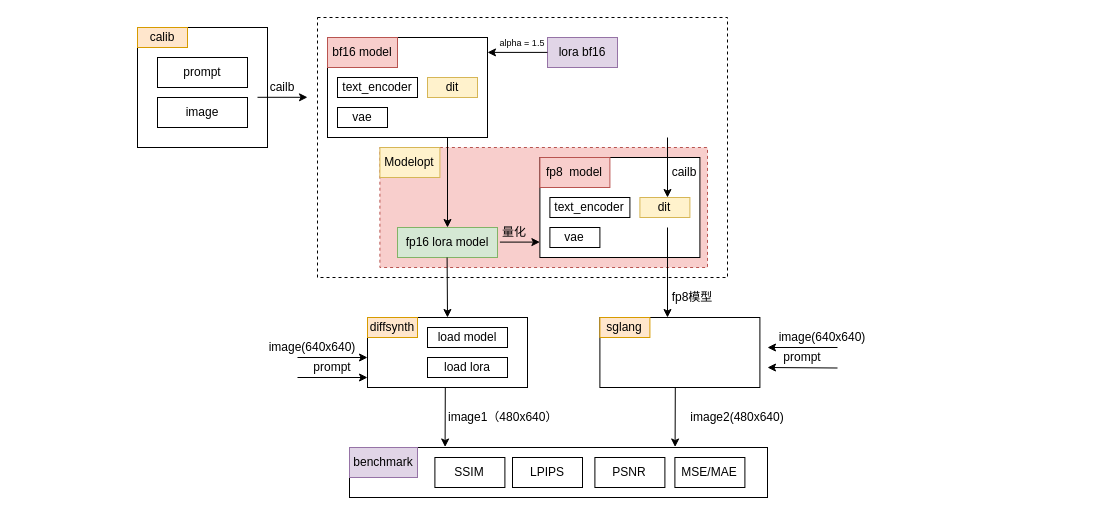
This is page "第 3 页" (3 of 3) of resouces/model_opt.drawio from mth-del/Ai_Infra, a draw.io file, before an edit. Source tidied: cells renumbered, new cells numbered last; positions are measured from the earlier drawing's top-left corner, leaving out a move shared by most shapes. Both pictures are drawn from the tidied source at 100%, with x=0, y=0 at pixel (137, 17).
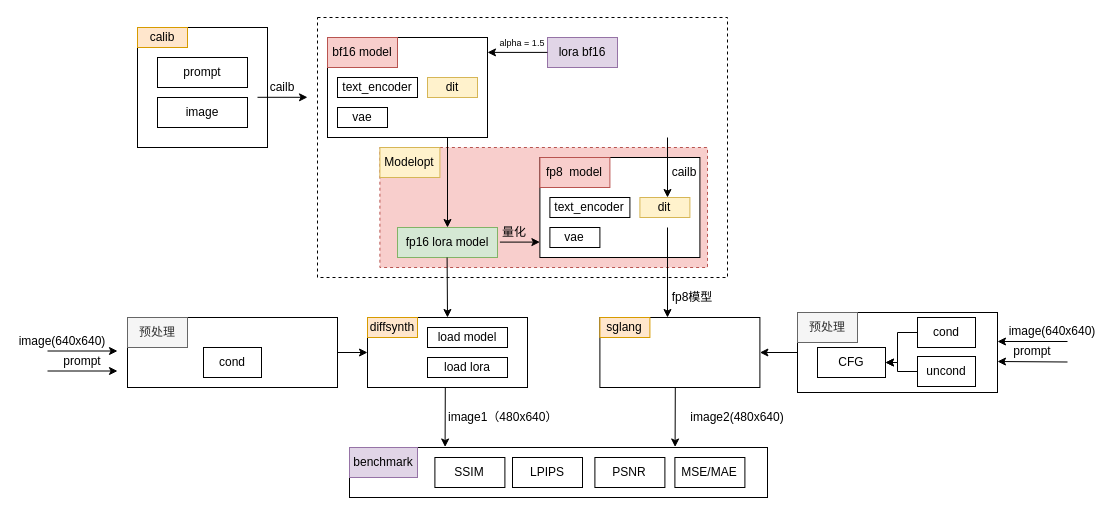
After the change.

The change refers to these unchanged cells:
```xml
<mxCell id="4" style="rounded=0;whiteSpace=wrap;html=1;" parent="1" vertex="1">
  <mxGeometry x="462.4" y="300" width="160" height="70" as="geometry" />
</mxCell>
<mxCell id="40" style="rounded=0;whiteSpace=wrap;html=1;" parent="1" vertex="1">
  <mxGeometry x="230" y="300" width="160" height="70" as="geometry" />
</mxCell>
```

Change to the diagram source:
```diff
@@
     <mxCell id="13" style="endArrow=classic;html=1;rounded=0;" parent="1" edge="1">
       <mxGeometry relative="1" as="geometry">
-        <mxPoint x="700" y="330" as="sourcePoint" />
-        <mxPoint x="630" y="330" as="targetPoint" />
+        <mxPoint x="930" y="324" as="sourcePoint" />
+        <mxPoint x="860" y="324" as="targetPoint" />
       </mxGeometry>
     </mxCell>
@@
     <mxCell id="19" style="endArrow=classic;html=1;rounded=0;" parent="1" edge="1">
       <mxGeometry relative="1" as="geometry">
-        <mxPoint x="700" y="350.5" as="sourcePoint" />
-        <mxPoint x="630" y="350" as="targetPoint" />
+        <mxPoint x="930" y="344.5" as="sourcePoint" />
+        <mxPoint x="860" y="344" as="targetPoint" />
       </mxGeometry>
     </mxCell>
     <mxCell id="20" value="prompt" style="text;html=1;whiteSpace=wrap;strokeColor=none;fillColor=none;align=center;verticalAlign=middle;rounded=0;" parent="1" vertex="1">
-      <mxGeometry x="640" y="330" width="50" height="20" as="geometry" />
+      <mxGeometry x="870" y="324" width="50" height="20" as="geometry" />
     </mxCell>
@@
     <mxCell id="42" style="endArrow=classic;html=1;rounded=0;" parent="1" edge="1">
       <mxGeometry relative="1" as="geometry">
-        <mxPoint x="160" y="340" as="sourcePoint" />
-        <mxPoint x="230" y="340" as="targetPoint" />
+        <mxPoint x="-90" y="333.5" as="sourcePoint" />
+        <mxPoint x="-20" y="333.5" as="targetPoint" />
       </mxGeometry>
     </mxCell>
     <mxCell id="43" value="image(640x640)" style="text;html=1;whiteSpace=wrap;strokeColor=none;fillColor=none;align=center;verticalAlign=middle;rounded=0;" parent="1" vertex="1">
-      <mxGeometry x="130" y="320" width="90" height="20" as="geometry" />
+      <mxGeometry x="-120" y="313.5" width="90" height="20" as="geometry" />
     </mxCell>
     <mxCell id="44" style="endArrow=classic;html=1;rounded=0;" parent="1" edge="1">
       <mxGeometry relative="1" as="geometry">
-        <mxPoint x="160" y="360" as="sourcePoint" />
-        <mxPoint x="230" y="360" as="targetPoint" />
+        <mxPoint x="-90" y="353.5" as="sourcePoint" />
+        <mxPoint x="-20" y="353.5" as="targetPoint" />
       </mxGeometry>
     </mxCell>
     <mxCell id="45" value="prompt" style="text;html=1;whiteSpace=wrap;strokeColor=none;fillColor=none;align=center;verticalAlign=middle;rounded=0;" parent="1" vertex="1">
-      <mxGeometry x="170" y="340" width="50" height="20" as="geometry" />
+      <mxGeometry x="-80" y="333.5" width="50" height="20" as="geometry" />
     </mxCell>
@@
     <mxCell id="56" value="image(640x640)" style="text;html=1;whiteSpace=wrap;strokeColor=none;fillColor=none;align=center;verticalAlign=middle;rounded=0;" parent="1" vertex="1">
-      <mxGeometry x="640" y="310" width="90" height="20" as="geometry" />
+      <mxGeometry x="870" y="304" width="90" height="20" as="geometry" />
     </mxCell>
+    <mxCell id="57" style="edgeStyle=orthogonalEdgeStyle;rounded=0;jettySize=auto;html=1;exitX=1;exitY=0.5;exitDx=0;exitDy=0;" parent="1" edge="1" source="58" target="40">
+      <mxGeometry relative="1" as="geometry" />
+    </mxCell>
+    <mxCell id="58" style="rounded=0;whiteSpace=wrap;html=1;" parent="1" vertex="1">
+      <mxGeometry x="-10" y="300" width="210" height="70" as="geometry" />
+    </mxCell>
+    <mxCell id="59" value="预处理" style="text;html=1;whiteSpace=wrap;strokeColor=#666666;fillColor=#f5f5f5;align=center;verticalAlign=middle;rounded=0;fontColor=#333333;" parent="1" vertex="1">
+      <mxGeometry x="-10" y="300" width="60" height="30" as="geometry" />
+    </mxCell>
+    <mxCell id="60" style="edgeStyle=orthogonalEdgeStyle;rounded=0;jettySize=auto;html=1;exitX=0;exitY=0.5;exitDx=0;exitDy=0;entryX=1;entryY=0.5;entryDx=0;entryDy=0;" parent="1" edge="1" source="61" target="4">
+      <mxGeometry relative="1" as="geometry" />
+    </mxCell>
+    <mxCell id="61" style="rounded=0;whiteSpace=wrap;html=1;" parent="1" vertex="1">
+      <mxGeometry x="660" y="295" width="200" height="80" as="geometry" />
+    </mxCell>
+    <mxCell id="62" value="预处理" style="text;html=1;whiteSpace=wrap;strokeColor=#666666;fillColor=#f5f5f5;align=center;verticalAlign=middle;rounded=0;fontColor=#333333;" parent="1" vertex="1">
+      <mxGeometry x="660" y="295" width="60" height="30" as="geometry" />
+    </mxCell>
+    <mxCell id="63" style="edgeStyle=orthogonalEdgeStyle;rounded=0;jettySize=auto;html=1;exitX=0;exitY=0.5;exitDx=0;exitDy=0;entryX=1;entryY=0.5;entryDx=0;entryDy=0;" parent="1" edge="1" source="64" target="67">
+      <mxGeometry relative="1" as="geometry" />
+    </mxCell>
+    <mxCell id="64" value="cond" style="rounded=0;whiteSpace=wrap;html=1;" parent="1" vertex="1">
+      <mxGeometry x="780" y="300" width="58" height="30" as="geometry" />
+    </mxCell>
+    <mxCell id="65" style="edgeStyle=orthogonalEdgeStyle;rounded=0;jettySize=auto;html=1;exitX=0;exitY=0.5;exitDx=0;exitDy=0;" parent="1" edge="1" source="66" target="67">
+      <mxGeometry relative="1" as="geometry" />
+    </mxCell>
+    <mxCell id="66" value="uncond" style="rounded=0;whiteSpace=wrap;html=1;" parent="1" vertex="1">
+      <mxGeometry x="780" y="339" width="58" height="30" as="geometry" />
+    </mxCell>
+    <mxCell id="67" value="CFG" style="rounded=0;whiteSpace=wrap;html=1;" parent="1" vertex="1">
+      <mxGeometry x="680" y="330" width="68" height="30" as="geometry" />
+    </mxCell>
+    <mxCell id="68" value="cond" style="rounded=0;whiteSpace=wrap;html=1;" parent="1" vertex="1">
+      <mxGeometry x="66" y="330" width="58" height="30" as="geometry" />
+    </mxCell>
```
